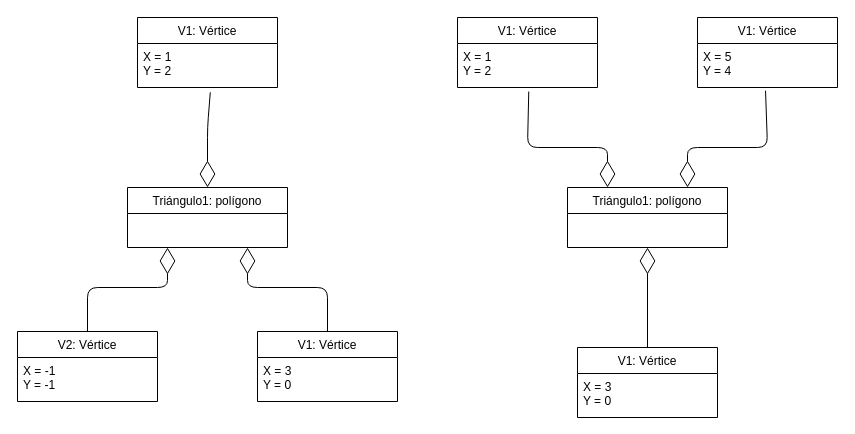
Above: Ejercicio14.drawio in Enriquepardo/ejercicios-grupales- (draw.io), before the change. Source tidied: cells renumbered, new cells numbered last; positions are measured from the earlier drawing's top-left corner, leaving out a move shared by most shapes. Both pictures are drawn from the tidied source at 100%, with x=0, y=0 at pixel (17, 17).
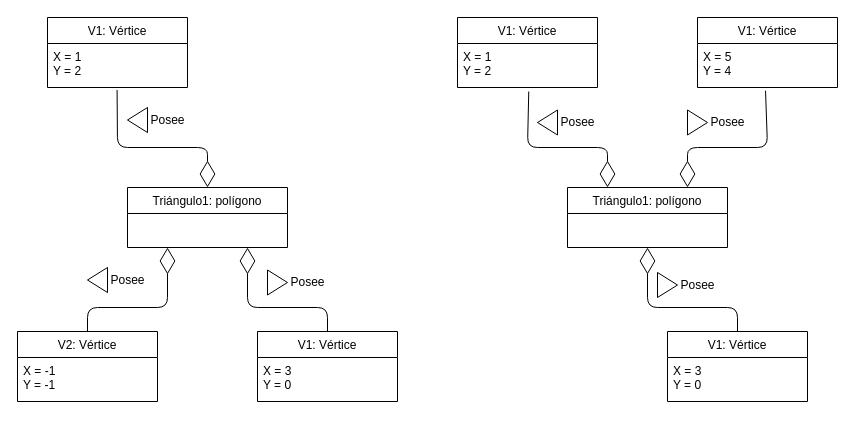
Above is the later version.

Unchanged cells that the change refers to:
```xml
<mxCell id="2" value="Triángulo1: polígono" style="swimlane;fontStyle=0;horizontal=1;startSize=26;fillColor=none;" parent="1" vertex="1">
  <mxGeometry x="110" y="170" width="160" height="60" as="geometry" />
</mxCell>
<mxCell id="3" value="Triángulo1: polígono" style="swimlane;fontStyle=0;horizontal=1;startSize=26;fillColor=none;" parent="1" vertex="1">
  <mxGeometry x="550" y="170" width="160" height="60" as="geometry" />
</mxCell>
<mxCell id="11" value="X = 1&#10;Y = 2" style="text;strokeColor=none;fillColor=none;align=left;verticalAlign=top;spacingLeft=4;spacingRight=4;overflow=hidden;points=[[0,0.5],[1,0.5]];portConstraint=eastwest;" parent="10" vertex="1">
  <mxGeometry y="26" width="140" height="44" as="geometry" />
</mxCell>
<mxCell id="12" value="V2: Vértice" style="swimlane;fontStyle=0;horizontal=1;startSize=26;fillColor=none;" parent="1" vertex="1">
  <mxGeometry y="314" width="140" height="70" as="geometry" />
</mxCell>
<mxCell id="14" value="V1: Vértice" style="swimlane;fontStyle=0;horizontal=1;startSize=26;fillColor=none;" parent="1" vertex="1">
  <mxGeometry x="240" y="314" width="140" height="70" as="geometry" />
</mxCell>
```

The edit, as a diff of the source:
```diff
@@
-    <mxCell id="4" style="endArrow=diamondThin;endFill=0;endSize=24;html=1;entryX=0.5;entryY=0;entryDx=0;entryDy=0;exitX=0.52;exitY=1.109;exitDx=0;exitDy=0;exitPerimeter=0;" parent="1" edge="1" source="11" target="2">
+    <mxCell id="4" style="endArrow=diamondThin;endFill=0;endSize=24;html=1;entryX=0.5;entryY=0;entryDx=0;entryDy=0;exitX=0.497;exitY=1.055;exitDx=0;exitDy=0;exitPerimeter=0;" parent="1" edge="1" source="11" target="2">
       <mxGeometry relative="1" as="geometry">
         <Array as="points">
-          <mxPoint x="190" y="110" />
+          <mxPoint x="100" y="130" />
+          <mxPoint x="190" y="130" />
         </Array>
       </mxGeometry>
     </mxCell>
@@
     <mxCell id="6" style="endArrow=diamondThin;endFill=0;endSize=24;html=1;exitX=0.5;exitY=0;exitDx=0;exitDy=0;entryX=0.75;entryY=1;entryDx=0;entryDy=0;" parent="1" edge="1" source="14" target="2">
       <mxGeometry relative="1" as="geometry">
         <Array as="points">
-          <mxPoint x="310" y="270" />
-          <mxPoint x="230" y="270" />
+          <mxPoint x="310" y="290" />
+          <mxPoint x="230" y="290" />
         </Array>
       </mxGeometry>
     </mxCell>
     <mxCell id="7" style="endArrow=diamondThin;endFill=0;endSize=24;html=1;exitX=0.5;exitY=0;exitDx=0;exitDy=0;entryX=0.5;entryY=1;entryDx=0;entryDy=0;" parent="1" edge="1" source="18" target="3">
       <mxGeometry relative="1" as="geometry">
         <Array as="points">
-          <mxPoint x="630" y="270" />
-          <mxPoint x="630" y="310" />
+          <mxPoint x="720" y="290" />
+          <mxPoint x="630" y="290" />
         </Array>
       </mxGeometry>
     </mxCell>
     <mxCell id="8" style="endArrow=diamondThin;endFill=0;endSize=24;html=1;exitX=0.5;exitY=0;exitDx=0;exitDy=0;entryX=0.25;entryY=1;entryDx=0;entryDy=0;" parent="1" edge="1" source="12" target="2">
       <mxGeometry relative="1" as="geometry">
         <Array as="points">
-          <mxPoint x="70" y="270" />
-          <mxPoint x="150" y="270" />
+          <mxPoint x="70" y="290" />
+          <mxPoint x="150" y="290" />
         </Array>
       </mxGeometry>
     </mxCell>
@@
     <mxCell id="10" value="V1: Vértice" style="swimlane;fontStyle=0;horizontal=1;startSize=26;fillColor=none;" parent="1" vertex="1">
-      <mxGeometry x="120" width="140" height="70" as="geometry" />
+      <mxGeometry x="30" width="140" height="70" as="geometry" />
     </mxCell>
@@
     <mxCell id="18" value="V1: Vértice" style="swimlane;fontStyle=0;horizontal=1;startSize=26;fillColor=none;" parent="1" vertex="1">
-      <mxGeometry x="560" y="330" width="140" height="70" as="geometry" />
+      <mxGeometry x="650" y="314" width="140" height="70" as="geometry" />
     </mxCell>
@@
+    <mxCell id="22" value="Posee" style="text;html=1;align=center;verticalAlign=middle;strokeColor=none;fillColor=none;" parent="1" vertex="1">
+      <mxGeometry x="260" y="250" width="60" height="30" as="geometry" />
+    </mxCell>
+    <mxCell id="23" style="triangle;whiteSpace=wrap;html=1;" parent="1" vertex="1">
+      <mxGeometry x="250" y="252.5" width="20" height="25" as="geometry" />
+    </mxCell>
+    <mxCell id="24" value="Posee" style="text;html=1;align=center;verticalAlign=middle;strokeColor=none;fillColor=none;" parent="1" vertex="1">
+      <mxGeometry x="680" y="90" width="60" height="30" as="geometry" />
+    </mxCell>
+    <mxCell id="25" style="triangle;whiteSpace=wrap;html=1;" parent="1" vertex="1">
+      <mxGeometry x="670" y="92.5" width="20" height="25" as="geometry" />
+    </mxCell>
+    <mxCell id="26" value="Posee" style="text;html=1;align=center;verticalAlign=middle;strokeColor=none;fillColor=none;" parent="1" vertex="1">
+      <mxGeometry x="530" y="90" width="60" height="30" as="geometry" />
+    </mxCell>
+    <mxCell id="27" style="triangle;whiteSpace=wrap;html=1;direction=west;" parent="1" vertex="1">
+      <mxGeometry x="520" y="92.5" width="20" height="25" as="geometry" />
+    </mxCell>
+    <mxCell id="28" value="Posee" style="text;html=1;align=center;verticalAlign=middle;strokeColor=none;fillColor=none;" parent="1" vertex="1">
+      <mxGeometry x="80" y="247.5" width="60" height="30" as="geometry" />
+    </mxCell>
+    <mxCell id="29" style="triangle;whiteSpace=wrap;html=1;direction=west;" parent="1" vertex="1">
+      <mxGeometry x="70" y="250" width="20" height="25" as="geometry" />
+    </mxCell>
+    <mxCell id="30" value="Posee" style="text;html=1;align=center;verticalAlign=middle;strokeColor=none;fillColor=none;" parent="1" vertex="1">
+      <mxGeometry x="120" y="87.5" width="60" height="30" as="geometry" />
+    </mxCell>
+    <mxCell id="31" style="triangle;whiteSpace=wrap;html=1;direction=west;" parent="1" vertex="1">
+      <mxGeometry x="110" y="90" width="20" height="25" as="geometry" />
+    </mxCell>
+    <mxCell id="32" value="Posee" style="text;html=1;align=center;verticalAlign=middle;strokeColor=none;fillColor=none;" parent="1" vertex="1">
+      <mxGeometry x="650" y="252.5" width="60" height="30" as="geometry" />
+    </mxCell>
+    <mxCell id="33" style="triangle;whiteSpace=wrap;html=1;" parent="1" vertex="1">
+      <mxGeometry x="640" y="255" width="20" height="25" as="geometry" />
+    </mxCell>
```
